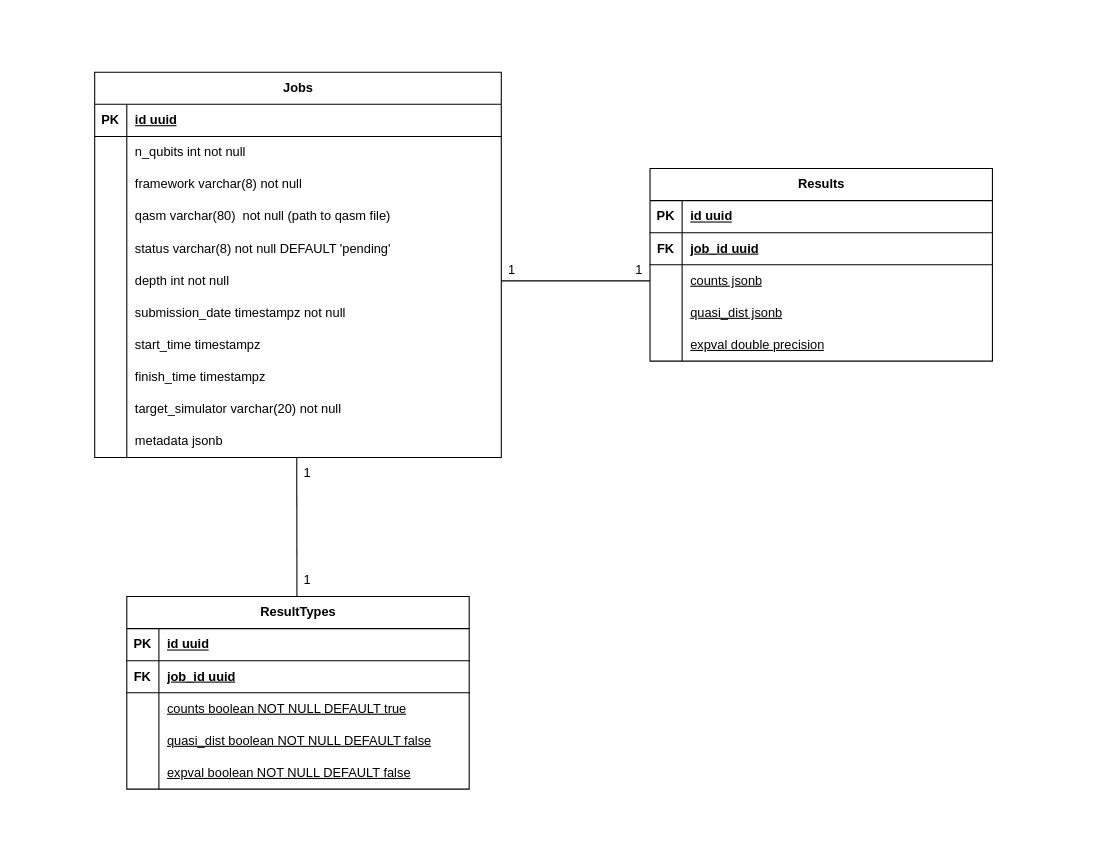
Dpbm/qserver keeps this draw.io diagram as assets/database.drawio. Above is the earlier version. Source tidied: cells renumbered, new cells numbered last; positions are measured from the earlier drawing's top-left corner, leaving out a move shared by most shapes. Both pictures are drawn from the tidied source at 107%, with x=0, y=0 at pixel (18, 18).
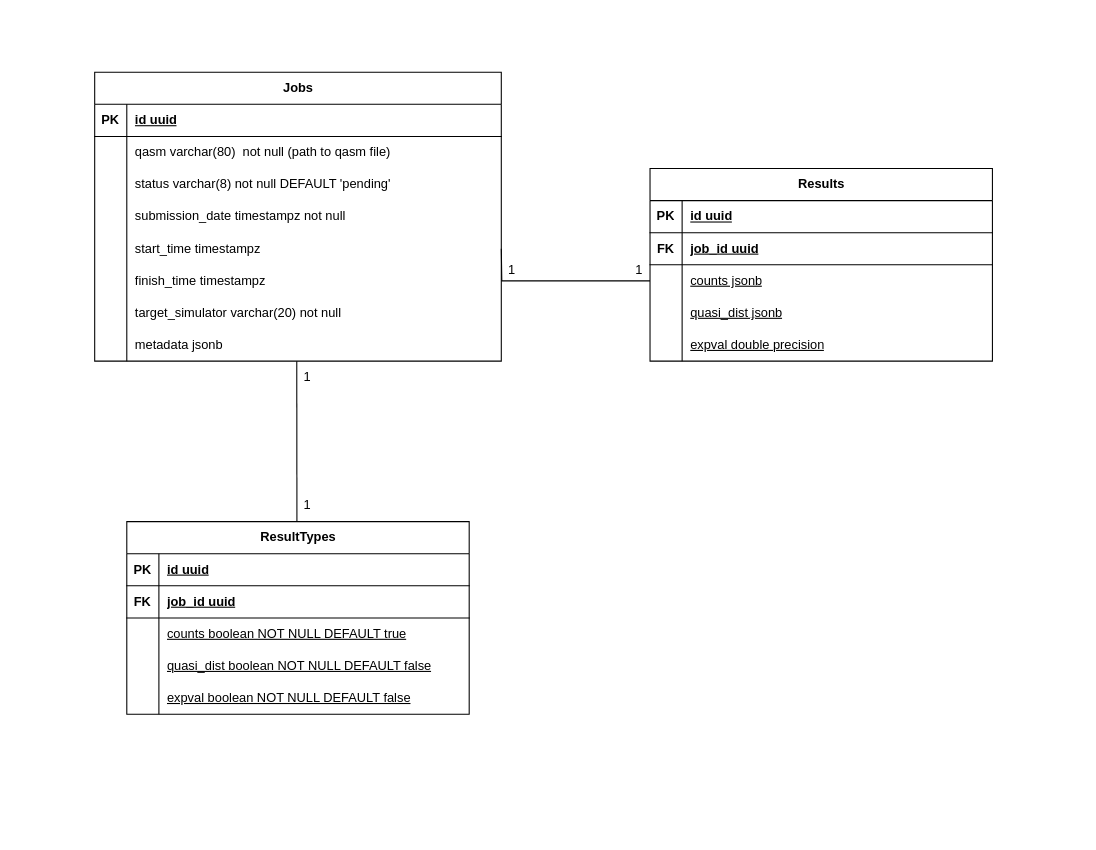
The same diagram, later.

The change refers to these unchanged cells:
```xml
<mxCell id="44" style="shape=tableRow;horizontal=0;startSize=0;swimlaneHead=0;swimlaneBody=0;fillColor=none;points=[[0,0.5],[1,0.5]];portConstraint=eastwest;top=0;left=0;right=0;bottom=0;" parent="37" vertex="1">
  <mxGeometry y="90" width="320" height="30" as="geometry" />
</mxCell>
```

The edit, as a diff of the source:
```diff
@@
     <mxCell id="2" style="rounded=0;whiteSpace=wrap;html=1;strokeColor=none;" parent="1" vertex="1">
-      <mxGeometry width="990" height="760" as="geometry" />
+      <mxGeometry width="990" height="690" as="geometry" />
     </mxCell>
     <mxCell id="3" value="Jobs" style="shape=table;startSize=30;childLayout=tableLayout;rowLines=0;fontStyle=1;align=center;html=1;" parent="1" vertex="1">
-      <mxGeometry x="71" y="50" width="380" height="360" as="geometry" />
+      <mxGeometry x="71" y="50" width="380" height="270" as="geometry" />
     </mxCell>
@@
-    <mxCell id="7" style="shape=tableRow;horizontal=0;startSize=0;swimlaneHead=0;swimlaneBody=0;fillColor=none;top=0;left=0;right=0;bottom=0;" parent="3" vertex="1">
-      <mxGeometry y="60" width="380" height="30" as="geometry" />
-    </mxCell>
-    <mxCell id="8" style="shape=partialRectangle;fillColor=none;top=0;left=0;bottom=0;right=0;overflow=hidden;whiteSpace=wrap;html=1;" parent="7" vertex="1">
-      <mxGeometry width="30" height="30" as="geometry" />
-    </mxCell>
-    <mxCell id="9" value="n_qubits int not null" style="shape=partialRectangle;fillColor=none;top=0;left=0;bottom=0;right=0;align=left;spacingLeft=6;overflow=hidden;whiteSpace=wrap;html=1;" parent="7" vertex="1">
-      <mxGeometry x="30" width="350" height="30" as="geometry" />
-    </mxCell>
-    <mxCell id="10" style="shape=tableRow;horizontal=0;startSize=0;swimlaneHead=0;swimlaneBody=0;fillColor=none;top=0;left=0;right=0;bottom=0;" parent="3" vertex="1">
-      <mxGeometry y="90" width="380" height="30" as="geometry" />
-    </mxCell>
-    <mxCell id="11" style="shape=partialRectangle;fillColor=none;top=0;left=0;bottom=0;right=0;overflow=hidden;whiteSpace=wrap;html=1;" parent="10" vertex="1">
-      <mxGeometry width="30" height="30" as="geometry" />
-    </mxCell>
-    <mxCell id="12" value="framework varchar(8) not null" style="shape=partialRectangle;fillColor=none;top=0;left=0;bottom=0;right=0;align=left;spacingLeft=6;overflow=hidden;whiteSpace=wrap;html=1;" parent="10" vertex="1">
-      <mxGeometry x="30" width="350" height="30" as="geometry" />
-    </mxCell>
     <mxCell id="13" style="shape=tableRow;horizontal=0;startSize=0;swimlaneHead=0;swimlaneBody=0;fillColor=none;top=0;left=0;right=0;bottom=0;" parent="3" vertex="1">
-      <mxGeometry y="120" width="380" height="30" as="geometry" />
+      <mxGeometry y="60" width="380" height="30" as="geometry" />
     </mxCell>
@@
     <mxCell id="16" style="shape=tableRow;horizontal=0;startSize=0;swimlaneHead=0;swimlaneBody=0;fillColor=none;top=0;left=0;right=0;bottom=0;" parent="3" vertex="1">
-      <mxGeometry y="150" width="380" height="30" as="geometry" />
+      <mxGeometry y="90" width="380" height="30" as="geometry" />
     </mxCell>
@@
-    <mxCell id="19" style="shape=tableRow;horizontal=0;startSize=0;swimlaneHead=0;swimlaneBody=0;fillColor=none;points=[[0,0.5],[1,0.5]];portConstraint=eastwest;top=0;left=0;right=0;bottom=0;" parent="3" vertex="1">
-      <mxGeometry y="180" width="380" height="30" as="geometry" />
-    </mxCell>
-    <mxCell id="20" style="shape=partialRectangle;fillColor=none;top=0;left=0;bottom=0;right=0;overflow=hidden;whiteSpace=wrap;html=1;" parent="19" vertex="1">
-      <mxGeometry width="30" height="30" as="geometry" />
-    </mxCell>
-    <mxCell id="21" value="depth int not null" style="shape=partialRectangle;fillColor=none;top=0;left=0;bottom=0;right=0;align=left;spacingLeft=6;overflow=hidden;whiteSpace=wrap;html=1;" parent="19" vertex="1">
-      <mxGeometry x="30" width="350" height="30" as="geometry" />
-    </mxCell>
     <mxCell id="22" style="shape=tableRow;horizontal=0;startSize=0;swimlaneHead=0;swimlaneBody=0;fillColor=none;top=0;left=0;right=0;bottom=0;" parent="3" vertex="1">
-      <mxGeometry y="210" width="380" height="30" as="geometry" />
+      <mxGeometry y="120" width="380" height="30" as="geometry" />
     </mxCell>
@@
     <mxCell id="25" style="shape=tableRow;horizontal=0;startSize=0;swimlaneHead=0;swimlaneBody=0;fillColor=none;top=0;left=0;right=0;bottom=0;" parent="3" vertex="1">
-      <mxGeometry y="240" width="380" height="30" as="geometry" />
+      <mxGeometry y="150" width="380" height="30" as="geometry" />
     </mxCell>
@@
     <mxCell id="28" style="shape=tableRow;horizontal=0;startSize=0;swimlaneHead=0;swimlaneBody=0;fillColor=none;top=0;left=0;right=0;bottom=0;" parent="3" vertex="1">
-      <mxGeometry y="270" width="380" height="30" as="geometry" />
+      <mxGeometry y="180" width="380" height="30" as="geometry" />
     </mxCell>
@@
     <mxCell id="31" style="shape=tableRow;horizontal=0;startSize=0;swimlaneHead=0;swimlaneBody=0;fillColor=none;top=0;left=0;right=0;bottom=0;" parent="3" vertex="1">
-      <mxGeometry y="300" width="380" height="30" as="geometry" />
+      <mxGeometry y="210" width="380" height="30" as="geometry" />
     </mxCell>
@@
     <mxCell id="34" style="shape=tableRow;horizontal=0;startSize=0;swimlaneHead=0;swimlaneBody=0;fillColor=none;points=[[0,0.5],[1,0.5]];portConstraint=eastwest;top=0;left=0;right=0;bottom=0;" parent="3" vertex="1">
-      <mxGeometry y="330" width="380" height="30" as="geometry" />
+      <mxGeometry y="240" width="380" height="30" as="geometry" />
     </mxCell>
@@
-    <mxCell id="53" style="edgeStyle=orthogonalEdgeStyle;rounded=0;jettySize=auto;html=1;exitX=0;exitY=0.5;exitDx=0;exitDy=0;entryX=1;entryY=0.5;entryDx=0;entryDy=0;endArrow=none;startFill=0;" parent="1" edge="1" source="44" target="19">
-      <mxGeometry relative="1" as="geometry" />
+    <mxCell id="53" style="edgeStyle=orthogonalEdgeStyle;rounded=0;jettySize=auto;html=1;exitX=0;exitY=0.5;exitDx=0;exitDy=0;entryX=1;entryY=0.5;entryDx=0;entryDy=0;endArrow=none;startFill=0;" parent="1" edge="1" source="44">
+      <mxGeometry relative="1" as="geometry">
+        <mxPoint x="451" y="215" as="targetPoint" />
+      </mxGeometry>
     </mxCell>
@@
     <mxCell id="56" value="ResultTypes" style="shape=table;startSize=30;childLayout=tableLayout;rowLines=0;fontStyle=1;align=center;html=1;" parent="1" vertex="1">
-      <mxGeometry x="101" y="540" width="320" height="180" as="geometry" />
+      <mxGeometry x="101" y="470" width="320" height="180" as="geometry" />
     </mxCell>
@@
     <mxCell id="72" style="endArrow=none;html=1;rounded=0;entryX=0.497;entryY=1.003;entryDx=0;entryDy=0;entryPerimeter=0;" parent="1" edge="1" target="34">
       <mxGeometry relative="1" as="geometry">
-        <mxPoint x="260" y="540" as="sourcePoint" />
+        <mxPoint x="260" y="470" as="sourcePoint" />
       </mxGeometry>
     </mxCell>
     <mxCell id="73" value="1" style="text;html=1;align=center;verticalAlign=middle;whiteSpace=wrap;rounded=0;" parent="1" vertex="1">
-      <mxGeometry x="260" y="410" width="20" height="30" as="geometry" />
+      <mxGeometry x="260" y="320" width="20" height="30" as="geometry" />
     </mxCell>
     <mxCell id="74" value="1" style="text;html=1;align=center;verticalAlign=middle;whiteSpace=wrap;rounded=0;" parent="1" vertex="1">
-      <mxGeometry x="260" y="510" width="20" height="30" as="geometry" />
+      <mxGeometry x="260" y="440" width="20" height="30" as="geometry" />
     </mxCell>
```
